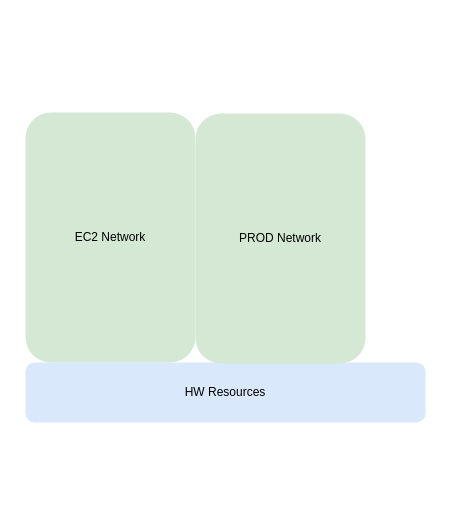
The draw.io diagram amazon hw resources.drawio in sugchand/drawio, before the edit. Source tidied: cells renumbered, new cells numbered last; positions are measured from the earlier drawing's top-left corner, leaving out a move shared by most shapes. Both pictures are drawn from the tidied source at 100%, with x=0, y=0 at pixel (25, 112).
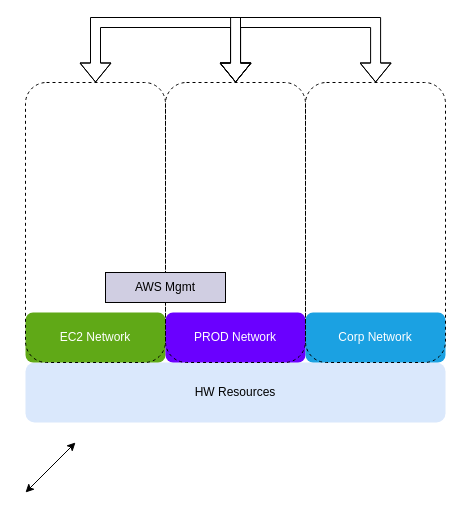
The same page after the edit.

Commit message:
amazon resources

What changed in the source:
```diff
@@
 <mxGraphModel>
   <root>
     <mxCell id="0" />
     <mxCell id="1" parent="0" />
     <mxCell id="2" value="HW Resources" style="rounded=1;whiteSpace=wrap;html=1;fillColor=#dae8fc;strokeColor=none;" parent="1" vertex="1">
-      <mxGeometry y="250" width="400" height="60" as="geometry" />
+      <mxGeometry y="250" width="420" height="60" as="geometry" />
     </mxCell>
-    <mxCell id="3" value="EC2 Network" style="rounded=1;whiteSpace=wrap;html=1;fillColor=#d5e8d4;strokeColor=none;" parent="1" vertex="1">
-      <mxGeometry width="170" height="250" as="geometry" />
+    <mxCell id="3" value="EC2 Network" style="rounded=1;whiteSpace=wrap;html=1;fillColor=#60a917;strokeColor=none;fontColor=#ffffff;" parent="1" vertex="1">
+      <mxGeometry y="200" width="140" height="50" as="geometry" />
     </mxCell>
-    <mxCell id="4" value="PROD Network" style="rounded=1;whiteSpace=wrap;html=1;fillColor=#d5e8d4;strokeColor=none;align=center;" parent="1" vertex="1">
-      <mxGeometry x="170" y="1" width="170" height="250" as="geometry" />
+    <mxCell id="4" value="PROD Network" style="rounded=1;whiteSpace=wrap;html=1;fillColor=#6a00ff;strokeColor=none;fontColor=#ffffff;" parent="1" vertex="1">
+      <mxGeometry x="140" y="200" width="140" height="50" as="geometry" />
     </mxCell>
+    <mxCell id="5" value="Corp Network" style="rounded=1;whiteSpace=wrap;html=1;fillColor=#1ba1e2;strokeColor=none;fontColor=#ffffff;" parent="1" vertex="1">
+      <mxGeometry x="280" y="200" width="140" height="50" as="geometry" />
+    </mxCell>
+    <mxCell id="6" style="rounded=1;whiteSpace=wrap;html=1;fillColor=none;strokeColor=#000000;fontColor=#ffffff;dashed=1;" parent="1" vertex="1">
+      <mxGeometry x="140" y="-30" width="140" height="280" as="geometry" />
+    </mxCell>
+    <mxCell id="7" style="rounded=1;whiteSpace=wrap;html=1;fillColor=none;strokeColor=#000000;fontColor=#ffffff;dashed=1;" parent="1" vertex="1">
+      <mxGeometry x="280" y="-30" width="140" height="280" as="geometry" />
+    </mxCell>
+    <mxCell id="8" style="edgeStyle=orthogonalEdgeStyle;rounded=0;jettySize=auto;html=1;exitX=0.5;exitY=0;exitDx=0;exitDy=0;entryX=0.5;entryY=0;entryDx=0;entryDy=0;shape=flexArrow;startArrow=block;" parent="1" edge="1" source="9" target="6">
+      <mxGeometry relative="1" as="geometry">
+        <Array as="points">
+          <mxPoint x="70" y="-90" />
+          <mxPoint x="210" y="-90" />
+        </Array>
+      </mxGeometry>
+    </mxCell>
+    <mxCell id="9" style="rounded=1;whiteSpace=wrap;html=1;fillColor=none;strokeColor=#000000;fontColor=#ffffff;dashed=1;" parent="1" vertex="1">
+      <mxGeometry y="-30" width="140" height="280" as="geometry" />
+    </mxCell>
+    <mxCell id="10" value="AWS Mgmt" style="rounded=0;whiteSpace=wrap;html=1;strokeColor=#000000;fillColor=#d0cee2;" parent="1" vertex="1">
+      <mxGeometry x="80" y="160" width="120" height="30" as="geometry" />
+    </mxCell>
+    <mxCell id="11" style="endArrow=classic;startArrow=classic;html=1;" parent="1" edge="1">
+      <mxGeometry relative="1" as="geometry">
+        <mxPoint y="380" as="sourcePoint" />
+        <mxPoint x="50" y="330" as="targetPoint" />
+      </mxGeometry>
+    </mxCell>
+    <mxCell id="12" style="edgeStyle=orthogonalEdgeStyle;rounded=0;orthogonalLoop=1;jettySize=auto;html=1;exitX=0.5;exitY=0;exitDx=0;exitDy=0;entryX=0.5;entryY=0;entryDx=0;entryDy=0;shape=flexArrow;startArrow=block;" parent="1" edge="1">
+      <mxGeometry relative="1" as="geometry">
+        <mxPoint x="210.1" y="-30" as="sourcePoint" />
+        <mxPoint x="350.1" y="-30" as="targetPoint" />
+        <Array as="points">
+          <mxPoint x="210" y="-90" />
+          <mxPoint x="350" y="-90" />
+        </Array>
+      </mxGeometry>
+    </mxCell>
   </root>
 </mxGraphModel>
```
